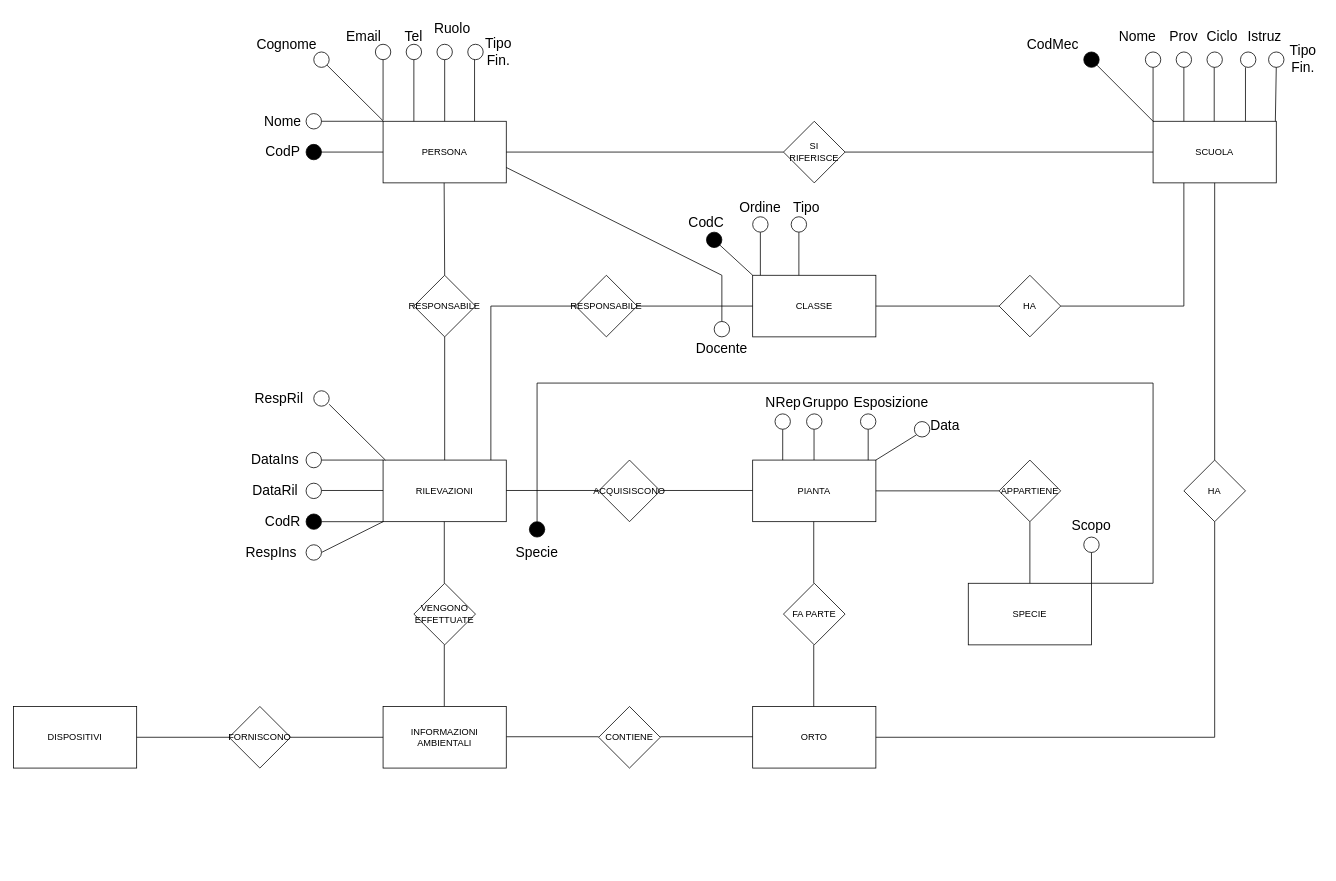
Earlier version of the draw.io diagram BD_ER_2023.drawio (pizzo-kyle/unige). Source tidied: cells renumbered, new cells numbered last; positions are measured from the earlier drawing's top-left corner, leaving out a move shared by most shapes. Both pictures are drawn from the tidied source at 77%, with x=0, y=0 at pixel (13, 13).
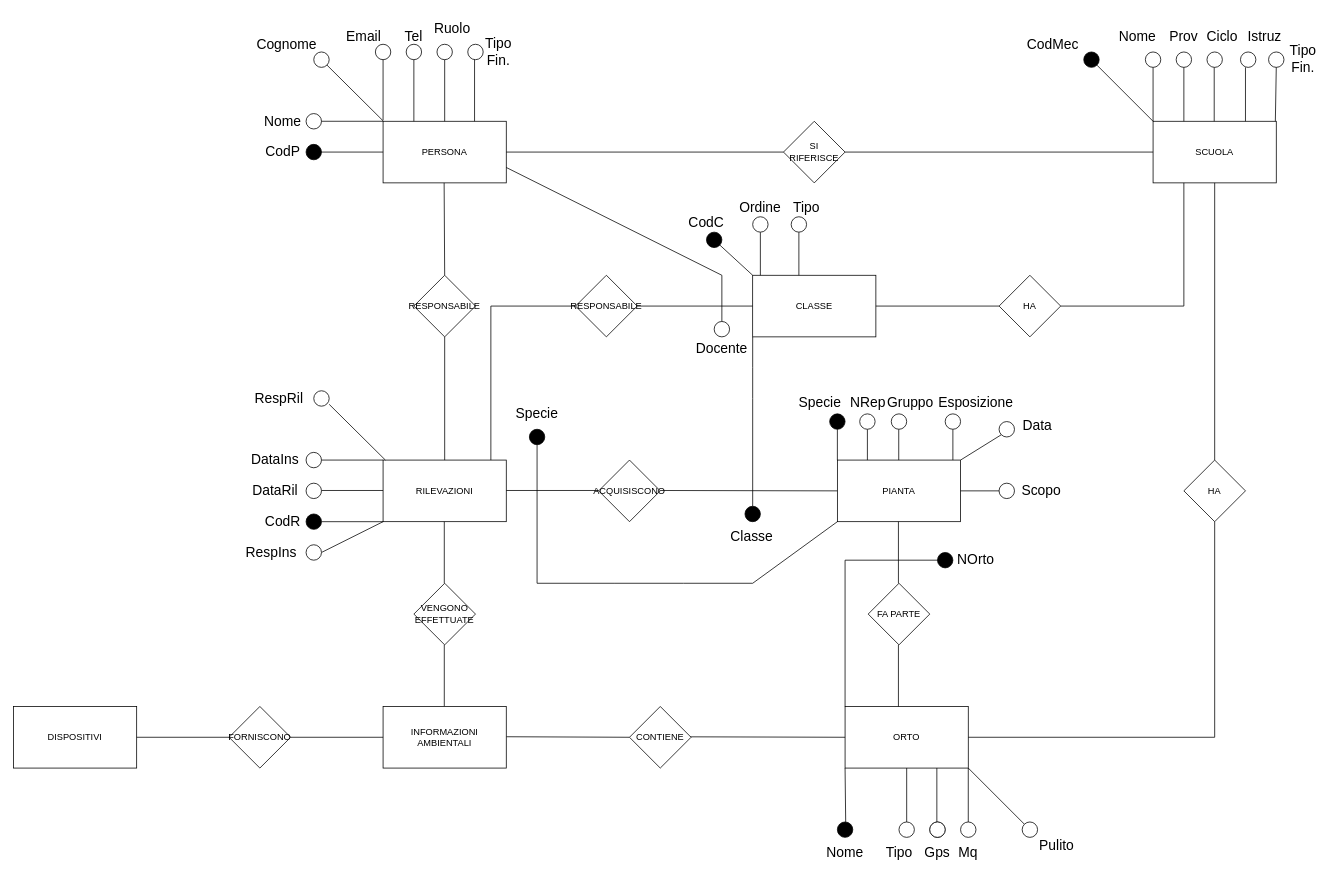
After the change.

The change refers to these unchanged cells:
```xml
<mxCell id="5" value="CLASSE" style="rounded=0;whiteSpace=wrap;html=1;" parent="1" vertex="1">
  <mxGeometry x="960" y="340" width="160" height="80" as="geometry" />
</mxCell>
```

Diff of the diagram source:
```diff
@@
     <mxCell id="8" value="ORTO" style="rounded=0;whiteSpace=wrap;html=1;" parent="1" vertex="1">
-      <mxGeometry x="960" y="900" width="160" height="80" as="geometry" />
+      <mxGeometry x="1080" y="900" width="160" height="80" as="geometry" />
     </mxCell>
@@
     <mxCell id="14" value="PIANTA" style="rounded=0;whiteSpace=wrap;html=1;" parent="1" vertex="1">
-      <mxGeometry x="960" y="580" width="160" height="80" as="geometry" />
+      <mxGeometry x="1070" y="580" width="160" height="80" as="geometry" />
     </mxCell>
     <mxCell id="15" value="FA PARTE" style="rhombus;whiteSpace=wrap;html=1;" parent="1" vertex="1">
-      <mxGeometry x="1000" y="740" width="80" height="80" as="geometry" />
+      <mxGeometry x="1110" y="740" width="80" height="80" as="geometry" />
     </mxCell>
-    <mxCell id="16" style="endArrow=none;html=1;rounded=0;exitX=0;exitY=0.5;exitDx=0;exitDy=0;entryX=1;entryY=0.5;entryDx=0;entryDy=0;" parent="1" edge="1">
+    <mxCell id="16" style="endArrow=none;html=1;rounded=0;exitX=0;exitY=0.5;exitDx=0;exitDy=0;entryX=1;entryY=0.5;entryDx=0;entryDy=0;" parent="1" edge="1" source="34">
       <mxGeometry relative="1" as="geometry">
-        <mxPoint x="760" y="939.3" as="sourcePoint" />
         <mxPoint x="640" y="939.3" as="targetPoint" />
       </mxGeometry>
     </mxCell>
-    <mxCell id="17" style="endArrow=none;html=1;rounded=0;exitX=0;exitY=0.5;exitDx=0;exitDy=0;entryX=1;entryY=0.5;entryDx=0;entryDy=0;" parent="1" edge="1">
+    <mxCell id="17" style="endArrow=none;html=1;rounded=0;exitX=0;exitY=0.5;exitDx=0;exitDy=0;entryX=1;entryY=0.5;entryDx=0;entryDy=0;" parent="1" edge="1" source="8">
       <mxGeometry relative="1" as="geometry">
-        <mxPoint x="960" y="939.3" as="sourcePoint" />
         <mxPoint x="840" y="939.3" as="targetPoint" />
       </mxGeometry>
     </mxCell>
-    <mxCell id="18" value="SPECIE" style="rounded=0;whiteSpace=wrap;html=1;" parent="1" vertex="1">
-      <mxGeometry x="1240" y="740" width="160" height="80" as="geometry" />
-    </mxCell>
-    <mxCell id="19" value="APPARTIENE" style="rhombus;whiteSpace=wrap;html=1;" parent="1" vertex="1">
-      <mxGeometry x="1280" y="580" width="80" height="80" as="geometry" />
-    </mxCell>
-    <mxCell id="20" style="endArrow=none;html=1;rounded=0;entryX=0;entryY=0.5;entryDx=0;entryDy=0;exitX=1;exitY=0.5;exitDx=0;exitDy=0;" parent="1" edge="1" source="14" target="19">
-      <mxGeometry relative="1" as="geometry" />
-    </mxCell>
-    <mxCell id="21" style="endArrow=none;html=1;rounded=0;exitX=0.5;exitY=1;exitDx=0;exitDy=0;entryX=0.5;entryY=0;entryDx=0;entryDy=0;" parent="1" edge="1" source="19" target="18">
-      <mxGeometry relative="1" as="geometry" />
-    </mxCell>
@@
-    <mxCell id="28" style="endArrow=none;html=1;rounded=0;exitX=0;exitY=0.5;exitDx=0;exitDy=0;entryX=1;entryY=0.5;entryDx=0;entryDy=0;" parent="1" edge="1">
+    <mxCell id="28" style="endArrow=none;html=1;rounded=0;exitX=0;exitY=0.5;exitDx=0;exitDy=0;entryX=1;entryY=0.5;entryDx=0;entryDy=0;" parent="1" edge="1" source="14">
       <mxGeometry relative="1" as="geometry">
-        <mxPoint x="960" y="619.5" as="sourcePoint" />
         <mxPoint x="840" y="619.5" as="targetPoint" />
       </mxGeometry>
     </mxCell>
@@
     <mxCell id="34" value="CONTIENE" style="rhombus;whiteSpace=wrap;html=1;" parent="1" vertex="1">
-      <mxGeometry x="760" y="900" width="80" height="80" as="geometry" />
+      <mxGeometry x="800" y="900" width="80" height="80" as="geometry" />
     </mxCell>
     <mxCell id="35" style="endArrow=none;html=1;rounded=0;exitX=0.5;exitY=0;exitDx=0;exitDy=0;entryX=0.5;entryY=1;entryDx=0;entryDy=0;" parent="1" edge="1">
       <mxGeometry relative="1" as="geometry">
-        <mxPoint x="1039.3" y="740" as="sourcePoint" />
-        <mxPoint x="1039.3" y="660" as="targetPoint" />
+        <mxPoint x="1149.3" y="740" as="sourcePoint" />
+        <mxPoint x="1149.3" y="660" as="targetPoint" />
       </mxGeometry>
     </mxCell>
     <mxCell id="36" style="endArrow=none;html=1;rounded=0;exitX=0.5;exitY=0;exitDx=0;exitDy=0;entryX=0.5;entryY=1;entryDx=0;entryDy=0;" parent="1" edge="1">
       <mxGeometry relative="1" as="geometry">
-        <mxPoint x="1039.3" y="900" as="sourcePoint" />
-        <mxPoint x="1039.3" y="820" as="targetPoint" />
+        <mxPoint x="1149.3" y="900" as="sourcePoint" />
+        <mxPoint x="1149.3" y="820" as="targetPoint" />
       </mxGeometry>
     </mxCell>
@@
     <mxCell id="104" style="ellipse;whiteSpace=wrap;html=1;fillColor=#000000;direction=south;gradientColor=none;" parent="1" vertex="1">
-      <mxGeometry x="670" y="660" width="20" height="20" as="geometry" />
+      <mxGeometry x="670" y="540" width="20" height="20" as="geometry" />
     </mxCell>
@@
     <mxCell id="117" value="&lt;span style=&quot;font-size: 18px;&quot;&gt;Specie&lt;/span&gt;" style="text;html=1;strokeColor=none;fillColor=none;align=center;verticalAlign=middle;whiteSpace=wrap;rounded=0;" parent="1" vertex="1">
-      <mxGeometry x="650" y="680" width="60" height="40" as="geometry" />
+      <mxGeometry x="650" y="500" width="60" height="40" as="geometry" />
     </mxCell>
     <mxCell id="118" style="ellipse;whiteSpace=wrap;html=1;fillColor=#FFFFFF;direction=south;gradientColor=none;" parent="1" vertex="1">
-      <mxGeometry x="1390" y="680" width="20" height="20" as="geometry" />
+      <mxGeometry x="1280" y="610" width="20" height="20" as="geometry" />
     </mxCell>
     <mxCell id="119" value="&lt;span style=&quot;font-size: 18px;&quot;&gt;Scopo&lt;/span&gt;" style="text;html=1;strokeColor=none;fillColor=none;align=center;verticalAlign=middle;whiteSpace=wrap;rounded=0;" parent="1" vertex="1">
-      <mxGeometry x="1370" y="650" width="60" height="30" as="geometry" />
+      <mxGeometry x="1310" y="605" width="50" height="30" as="geometry" />
     </mxCell>
     <mxCell id="120" style="endArrow=none;html=1;rounded=0;entryX=0;entryY=0;entryDx=0;entryDy=0;" parent="1" edge="1">
       <mxGeometry relative="1" as="geometry">
-        <mxPoint x="999" y="540" as="sourcePoint" />
-        <mxPoint x="999" y="580" as="targetPoint" />
+        <mxPoint x="1109" y="540" as="sourcePoint" />
+        <mxPoint x="1109" y="580" as="targetPoint" />
       </mxGeometry>
     </mxCell>
     <mxCell id="121" style="ellipse;whiteSpace=wrap;html=1;fillColor=#FFFFFF;direction=south;gradientColor=none;" parent="1" vertex="1">
-      <mxGeometry x="989" y="520" width="20" height="20" as="geometry" />
+      <mxGeometry x="1099" y="520" width="20" height="20" as="geometry" />
     </mxCell>
     <mxCell id="122" value="&lt;span style=&quot;font-size: 18px;&quot;&gt;NRep&lt;/span&gt;" style="text;html=1;strokeColor=none;fillColor=none;align=center;verticalAlign=middle;whiteSpace=wrap;rounded=0;" parent="1" vertex="1">
-      <mxGeometry x="970" y="490" width="60" height="30" as="geometry" />
+      <mxGeometry x="1080" y="490" width="60" height="30" as="geometry" />
     </mxCell>
     <mxCell id="123" style="endArrow=none;html=1;rounded=0;entryX=0;entryY=0;entryDx=0;entryDy=0;" parent="1" edge="1">
       <mxGeometry relative="1" as="geometry">
-        <mxPoint x="1039.7" y="540" as="sourcePoint" />
-        <mxPoint x="1039.7" y="580" as="targetPoint" />
+        <mxPoint x="1149.7" y="540" as="sourcePoint" />
+        <mxPoint x="1149.7" y="580" as="targetPoint" />
       </mxGeometry>
     </mxCell>
     <mxCell id="124" value="&lt;span style=&quot;font-size: 18px;&quot;&gt;Gruppo&lt;/span&gt;" style="text;html=1;strokeColor=none;fillColor=none;align=center;verticalAlign=middle;whiteSpace=wrap;rounded=0;" parent="1" vertex="1">
-      <mxGeometry x="1030" y="490" width="50" height="30" as="geometry" />
+      <mxGeometry x="1140" y="490" width="50" height="30" as="geometry" />
     </mxCell>
     <mxCell id="125" style="ellipse;whiteSpace=wrap;html=1;fillColor=#FFFFFF;direction=south;gradientColor=none;" parent="1" vertex="1">
-      <mxGeometry x="1030" y="520" width="20" height="20" as="geometry" />
+      <mxGeometry x="1140" y="520" width="20" height="20" as="geometry" />
     </mxCell>
     <mxCell id="126" style="endArrow=none;html=1;rounded=0;entryX=0;entryY=0;entryDx=0;entryDy=0;" parent="1" edge="1">
       <mxGeometry relative="1" as="geometry">
-        <mxPoint x="1110" y="540" as="sourcePoint" />
-        <mxPoint x="1110" y="580" as="targetPoint" />
+        <mxPoint x="1220" y="540" as="sourcePoint" />
+        <mxPoint x="1220" y="580" as="targetPoint" />
       </mxGeometry>
     </mxCell>
     <mxCell id="127" style="ellipse;whiteSpace=wrap;html=1;fillColor=#FFFFFF;direction=south;gradientColor=none;" parent="1" vertex="1">
-      <mxGeometry x="1100" y="520" width="20" height="20" as="geometry" />
+      <mxGeometry x="1210" y="520" width="20" height="20" as="geometry" />
     </mxCell>
     <mxCell id="128" value="&lt;span style=&quot;font-size: 18px;&quot;&gt;Esposizione&lt;/span&gt;" style="text;html=1;strokeColor=none;fillColor=none;align=center;verticalAlign=middle;whiteSpace=wrap;rounded=0;" parent="1" vertex="1">
-      <mxGeometry x="1090" y="490" width="100" height="30" as="geometry" />
+      <mxGeometry x="1200" y="490" width="100" height="30" as="geometry" />
     </mxCell>
@@
     <mxCell id="130" style="ellipse;whiteSpace=wrap;html=1;fillColor=#FFFFFF;direction=south;gradientColor=none;" parent="1" vertex="1">
-      <mxGeometry x="1170" y="530" width="20" height="20" as="geometry" />
+      <mxGeometry x="1280" y="530" width="20" height="20" as="geometry" />
     </mxCell>
     <mxCell id="131" value="&lt;span style=&quot;font-size: 18px;&quot;&gt;Data&lt;/span&gt;" style="text;html=1;strokeColor=none;fillColor=none;align=center;verticalAlign=middle;whiteSpace=wrap;rounded=0;" parent="1" vertex="1">
-      <mxGeometry x="1190" y="520" width="40" height="30" as="geometry" />
+      <mxGeometry x="1310" y="520" width="40" height="30" as="geometry" />
     </mxCell>
-    <mxCell id="132" style="endArrow=none;html=1;rounded=0;entryX=0;entryY=0;entryDx=0;entryDy=0;" parent="1" edge="1">
+    <mxCell id="132" style="endArrow=none;html=1;rounded=0;exitX=1;exitY=1;exitDx=0;exitDy=0;" parent="1" edge="1">
       <mxGeometry relative="1" as="geometry">
-        <mxPoint x="1400" y="700" as="sourcePoint" />
-        <mxPoint x="1400" y="740" as="targetPoint" />
+        <mxPoint x="1230" y="620" as="sourcePoint" />
+        <mxPoint x="1280" y="620" as="targetPoint" />
       </mxGeometry>
     </mxCell>
-    <mxCell id="133" style="endArrow=none;html=1;rounded=0;exitX=1;exitY=0;exitDx=0;exitDy=0;" parent="1" edge="1" source="18">
-      <mxGeometry relative="1" as="geometry">
-        <mxPoint x="680" y="660" as="targetPoint" />
-        <Array as="points">
-          <mxPoint x="1480" y="740" />
-          <mxPoint x="1480" y="480" />
-          <mxPoint x="680" y="480" />
-        </Array>
-      </mxGeometry>
-    </mxCell>
+    <mxCell id="134" style="endArrow=none;html=1;rounded=0;exitX=1;exitY=0.5;exitDx=0;exitDy=0;" parent="1" edge="1" source="135">
+      <mxGeometry relative="1" as="geometry">
+        <mxPoint x="1070" y="580" as="targetPoint" />
+      </mxGeometry>
+    </mxCell>
+    <mxCell id="135" style="ellipse;whiteSpace=wrap;html=1;fillColor=#000000;direction=south;gradientColor=none;" parent="1" vertex="1">
+      <mxGeometry x="1060" y="520" width="20" height="20" as="geometry" />
+    </mxCell>
+    <mxCell id="136" value="&lt;span style=&quot;font-size: 18px;&quot;&gt;Specie&lt;/span&gt;" style="text;html=1;strokeColor=none;fillColor=none;align=center;verticalAlign=middle;whiteSpace=wrap;rounded=0;" parent="1" vertex="1">
+      <mxGeometry x="1015" y="490" width="65" height="30" as="geometry" />
+    </mxCell>
+    <mxCell id="137" style="endArrow=none;html=1;rounded=0;exitX=0;exitY=1;exitDx=0;exitDy=0;" parent="1" edge="1" source="5">
+      <mxGeometry relative="1" as="geometry">
+        <mxPoint x="960" y="640" as="targetPoint" />
+        <Array as="points">
+          <mxPoint x="960" y="460" />
+          <mxPoint x="960" y="500" />
+        </Array>
+      </mxGeometry>
+    </mxCell>
+    <mxCell id="138" style="ellipse;whiteSpace=wrap;html=1;fillColor=#000000;direction=south;gradientColor=none;" parent="1" vertex="1">
+      <mxGeometry x="950" y="640" width="20" height="20" as="geometry" />
+    </mxCell>
+    <mxCell id="139" value="&lt;span style=&quot;font-size: 18px;&quot;&gt;Classe&lt;/span&gt;" style="text;html=1;strokeColor=none;fillColor=none;align=center;verticalAlign=middle;whiteSpace=wrap;rounded=0;" parent="1" vertex="1">
+      <mxGeometry x="930" y="660" width="57.5" height="40" as="geometry" />
+    </mxCell>
+    <mxCell id="140" style="endArrow=none;html=1;rounded=0;entryX=0;entryY=1;entryDx=0;entryDy=0;" parent="1" edge="1" target="14">
+      <mxGeometry relative="1" as="geometry">
+        <mxPoint x="680" y="560" as="sourcePoint" />
+        <Array as="points">
+          <mxPoint x="680" y="740" />
+          <mxPoint x="780" y="740" />
+          <mxPoint x="870" y="740" />
+          <mxPoint x="960" y="740" />
+        </Array>
+      </mxGeometry>
+    </mxCell>
+    <mxCell id="141" style="endArrow=none;html=1;rounded=0;entryX=0;entryY=0;entryDx=0;entryDy=0;" parent="1" edge="1" target="8">
+      <mxGeometry relative="1" as="geometry">
+        <mxPoint x="1200" y="710" as="sourcePoint" />
+        <Array as="points">
+          <mxPoint x="1080" y="710" />
+        </Array>
+      </mxGeometry>
+    </mxCell>
+    <mxCell id="142" style="ellipse;whiteSpace=wrap;html=1;fillColor=#000000;direction=south;gradientColor=none;" parent="1" vertex="1">
+      <mxGeometry x="1200" y="700" width="20" height="20" as="geometry" />
+    </mxCell>
+    <mxCell id="143" value="&lt;span style=&quot;font-size: 18px;&quot;&gt;NOrto&lt;/span&gt;" style="text;html=1;strokeColor=none;fillColor=none;align=center;verticalAlign=middle;whiteSpace=wrap;rounded=0;" parent="1" vertex="1">
+      <mxGeometry x="1220" y="690" width="60" height="40" as="geometry" />
+    </mxCell>
+    <mxCell id="144" style="ellipse;whiteSpace=wrap;html=1;fillColor=#000000;direction=south;gradientColor=none;" parent="1" vertex="1">
+      <mxGeometry x="1070" y="1050" width="20" height="20" as="geometry" />
+    </mxCell>
+    <mxCell id="145" style="endArrow=none;html=1;rounded=0;exitX=1;exitY=0.5;exitDx=0;exitDy=0;" parent="1" edge="1">
+      <mxGeometry relative="1" as="geometry">
+        <mxPoint x="1080" y="980" as="sourcePoint" />
+        <mxPoint x="1080.8" y="1050" as="targetPoint" />
+      </mxGeometry>
+    </mxCell>
+    <mxCell id="146" value="&lt;span style=&quot;font-size: 18px;&quot;&gt;Nome&lt;/span&gt;" style="text;html=1;strokeColor=none;fillColor=none;align=center;verticalAlign=middle;whiteSpace=wrap;rounded=0;" parent="1" vertex="1">
+      <mxGeometry x="1050" y="1070" width="60" height="40" as="geometry" />
+    </mxCell>
+    <mxCell id="147" style="endArrow=none;html=1;rounded=0;entryX=0.5;entryY=1;entryDx=0;entryDy=0;exitX=0;exitY=0.5;exitDx=0;exitDy=0;" parent="1" edge="1" source="148" target="8">
+      <mxGeometry relative="1" as="geometry" />
+    </mxCell>
+    <mxCell id="148" style="ellipse;whiteSpace=wrap;html=1;fillColor=#FFFFFF;direction=south;gradientColor=none;" parent="1" vertex="1">
+      <mxGeometry x="1150" y="1050" width="20" height="20" as="geometry" />
+    </mxCell>
+    <mxCell id="149" value="&lt;span style=&quot;font-size: 18px;&quot;&gt;Tipo&lt;/span&gt;" style="text;html=1;strokeColor=none;fillColor=none;align=center;verticalAlign=middle;whiteSpace=wrap;rounded=0;" parent="1" vertex="1">
+      <mxGeometry x="1127.5" y="1070" width="45" height="40" as="geometry" />
+    </mxCell>
+    <mxCell id="150" style="endArrow=none;html=1;rounded=0;entryX=0.5;entryY=1;entryDx=0;entryDy=0;exitX=0;exitY=0.5;exitDx=0;exitDy=0;" parent="1" edge="1">
+      <mxGeometry relative="1" as="geometry">
+        <mxPoint x="1199.2" y="1050" as="sourcePoint" />
+        <mxPoint x="1199.2" y="980" as="targetPoint" />
+      </mxGeometry>
+    </mxCell>
+    <mxCell id="151" style="ellipse;whiteSpace=wrap;html=1;fillColor=#FFFFFF;direction=south;gradientColor=none;" parent="1" vertex="1">
+      <mxGeometry x="1190" y="1050" width="20" height="20" as="geometry" />
+    </mxCell>
+    <mxCell id="152" value="&lt;span style=&quot;font-size: 18px;&quot;&gt;Gps&lt;/span&gt;" style="text;html=1;strokeColor=none;fillColor=none;align=center;verticalAlign=middle;whiteSpace=wrap;rounded=0;" parent="1" vertex="1">
+      <mxGeometry x="1180" y="1070" width="40" height="40" as="geometry" />
+    </mxCell>
+    <mxCell id="153" style="endArrow=none;html=1;rounded=0;entryX=0.5;entryY=1;entryDx=0;entryDy=0;exitX=0;exitY=0.5;exitDx=0;exitDy=0;" parent="1" edge="1">
+      <mxGeometry relative="1" as="geometry">
+        <mxPoint x="1240" y="1050" as="sourcePoint" />
+        <mxPoint x="1240" y="980" as="targetPoint" />
+      </mxGeometry>
+    </mxCell>
+    <mxCell id="154" style="ellipse;whiteSpace=wrap;html=1;fillColor=#FFFFFF;direction=south;gradientColor=none;" parent="1" vertex="1">
+      <mxGeometry x="1230" y="1050" width="20" height="20" as="geometry" />
+    </mxCell>
+    <mxCell id="155" style="ellipse;whiteSpace=wrap;html=1;fillColor=#FFFFFF;direction=south;gradientColor=none;" parent="1" vertex="1">
+      <mxGeometry x="1190" y="1050" width="20" height="20" as="geometry" />
+    </mxCell>
+    <mxCell id="156" value="&lt;span style=&quot;font-size: 18px;&quot;&gt;Mq&lt;/span&gt;" style="text;html=1;strokeColor=none;fillColor=none;align=center;verticalAlign=middle;whiteSpace=wrap;rounded=0;" parent="1" vertex="1">
+      <mxGeometry x="1220" y="1070" width="40" height="40" as="geometry" />
+    </mxCell>
+    <mxCell id="157" style="endArrow=none;html=1;rounded=0;exitX=0;exitY=1;exitDx=0;exitDy=0;" parent="1" edge="1" source="158">
+      <mxGeometry relative="1" as="geometry">
+        <mxPoint x="1240" y="980" as="targetPoint" />
+      </mxGeometry>
+    </mxCell>
+    <mxCell id="158" style="ellipse;whiteSpace=wrap;html=1;fillColor=#FFFFFF;direction=south;gradientColor=none;" parent="1" vertex="1">
+      <mxGeometry x="1310" y="1050" width="20" height="20" as="geometry" />
+    </mxCell>
+    <mxCell id="159" value="&lt;span style=&quot;font-size: 18px;&quot;&gt;Pulito&lt;/span&gt;" style="text;html=1;strokeColor=none;fillColor=none;align=center;verticalAlign=middle;whiteSpace=wrap;rounded=0;" parent="1" vertex="1">
+      <mxGeometry x="1330" y="1061" width="50" height="40" as="geometry" />
+    </mxCell>
```
